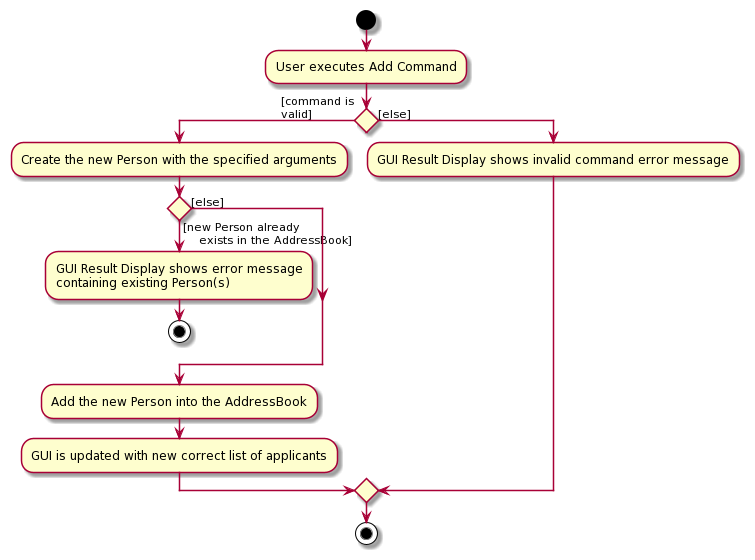
Earlier version of the PlantUML export docs/images/AddCommandActivityDiagram.png (nus-cs2103-AY2122S1/tp).
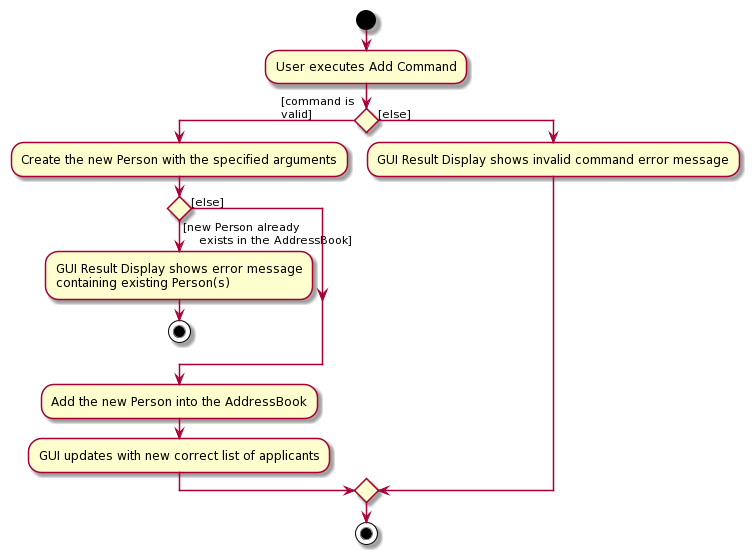
After the commit.

Commit message:
Change activity diagrams to use present tense

Change to the diagram source:
```diff
@@ -21,7 +21,7 @@
 
     :Add the new Person into the AddressBook;
 
-    :GUI is updated with new correct list of applicants;
+    :GUI updates with new correct list of applicants;
 else ([else])
 
 :GUI Result Display shows invalid command error message;
```
